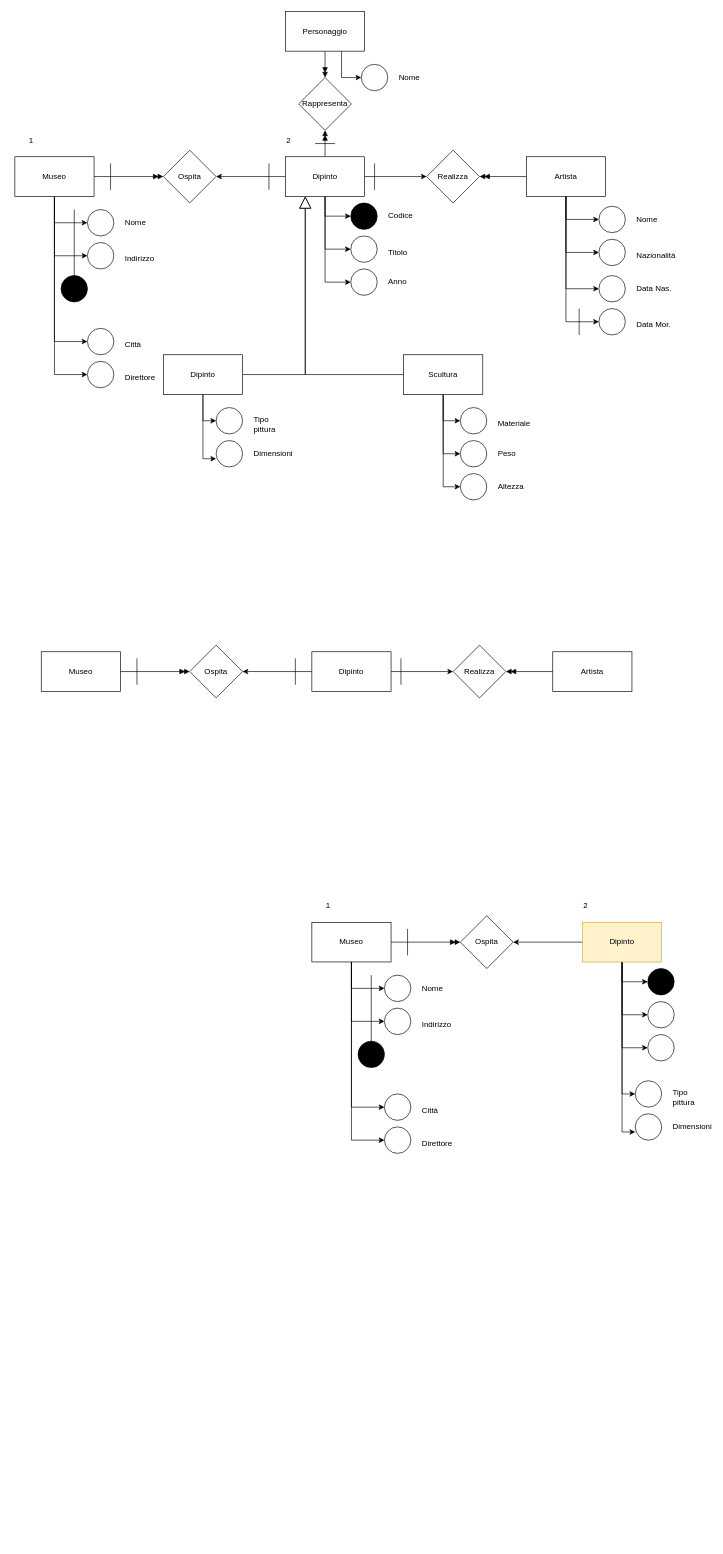
johnnypax/its_35_mysql keeps this draw.io diagram as page "Pagina-2" (2 of 3) of DiagrammaER_1.drawio. Above is the earlier version. Source tidied: cells renumbered, new cells numbered last; positions are measured from the earlier drawing's top-left corner, leaving out a move shared by most shapes. Both pictures are drawn from the tidied source at 66%, with x=0, y=0 at pixel (11, 11).
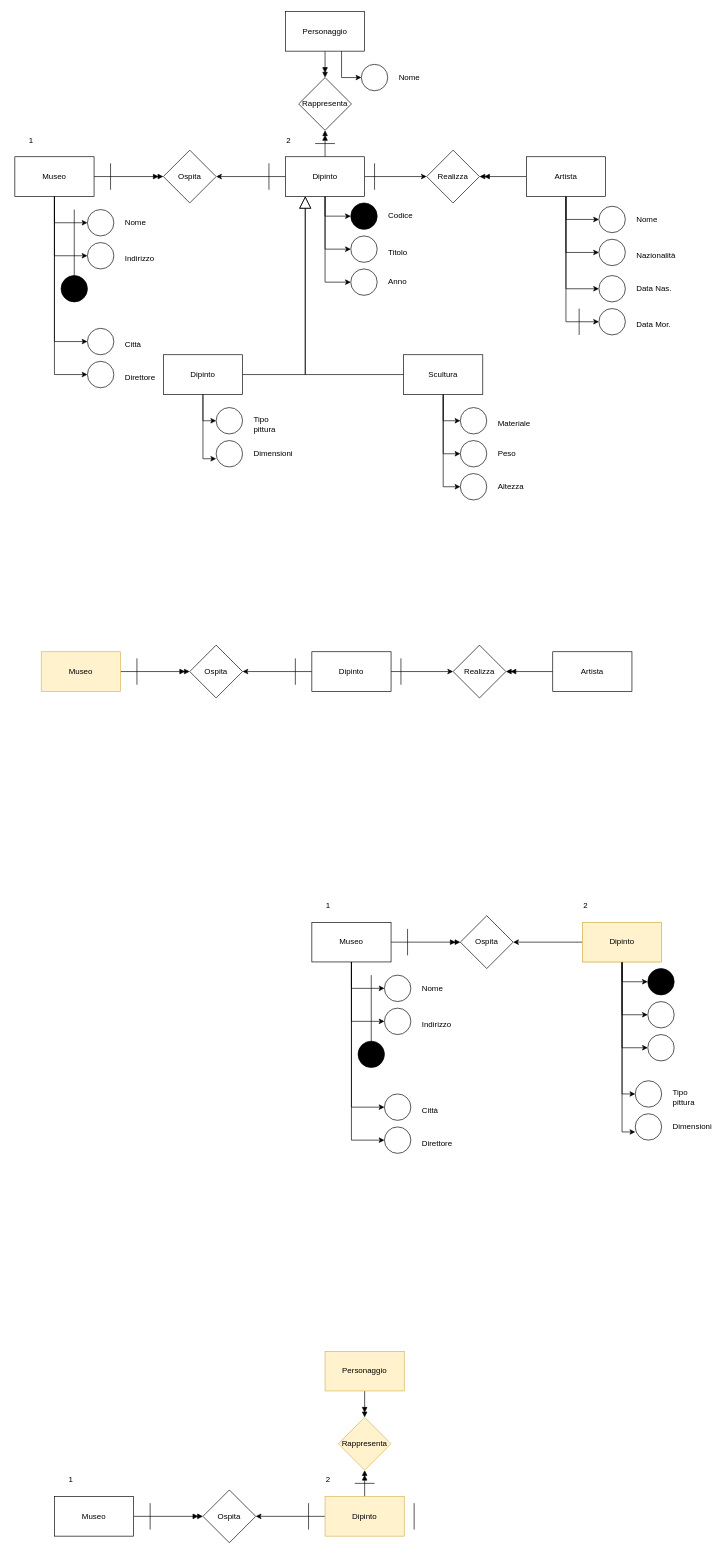
The same diagram, later.

Commit message (it also covers changes not shown here):
Aggiunto task

The edit, as a diff of the source:
```diff
@@
-    <mxCell id="117" value="Museo" style="rounded=0;whiteSpace=wrap;html=1;" parent="1" vertex="1">
+    <mxCell id="117" value="Museo" style="rounded=0;whiteSpace=wrap;html=1;fillColor=#fff2cc;strokeColor=#d6b656;" parent="1" vertex="1">
       <mxGeometry x="45" y="970" width="120" height="60" as="geometry" />
     </mxCell>
@@
+    <mxCell id="128" style="edgeStyle=orthogonalEdgeStyle;rounded=0;jettySize=auto;html=1;entryX=0;entryY=0.5;entryDx=0;entryDy=0;endArrow=doubleBlock;endFill=1;" parent="1" edge="1" source="129" target="134">
+      <mxGeometry relative="1" as="geometry" />
+    </mxCell>
+    <mxCell id="129" value="Museo" style="rounded=0;whiteSpace=wrap;html=1;" parent="1" vertex="1">
+      <mxGeometry x="65" y="2250" width="120" height="60" as="geometry" />
+    </mxCell>
+    <mxCell id="130" style="edgeStyle=orthogonalEdgeStyle;rounded=0;jettySize=auto;html=1;entryX=1;entryY=0.5;entryDx=0;entryDy=0;" parent="1" edge="1" source="132" target="134">
+      <mxGeometry relative="1" as="geometry" />
+    </mxCell>
+    <mxCell id="131" style="edgeStyle=orthogonalEdgeStyle;rounded=0;jettySize=auto;html=1;entryX=0.5;entryY=1;entryDx=0;entryDy=0;endArrow=doubleBlock;endFill=1;" parent="1" edge="1" source="132" target="138">
+      <mxGeometry relative="1" as="geometry" />
+    </mxCell>
+    <mxCell id="132" value="Dipinto" style="rounded=0;whiteSpace=wrap;html=1;fillColor=#fff2cc;strokeColor=#d6b656;" parent="1" vertex="1">
+      <mxGeometry x="475" y="2250" width="120" height="60" as="geometry" />
+    </mxCell>
+    <mxCell id="133" style="endArrow=none;html=1;rounded=0;" parent="1" edge="1">
+      <mxGeometry relative="1" as="geometry">
+        <mxPoint x="610" y="2300" as="sourcePoint" />
+        <mxPoint x="610" y="2260" as="targetPoint" />
+      </mxGeometry>
+    </mxCell>
+    <mxCell id="134" value="Ospita" style="rhombus;whiteSpace=wrap;html=1;" parent="1" vertex="1">
+      <mxGeometry x="290" y="2240" width="80" height="80" as="geometry" />
+    </mxCell>
+    <mxCell id="135" style="endArrow=none;html=1;rounded=0;" parent="1" edge="1">
+      <mxGeometry relative="1" as="geometry">
+        <mxPoint x="210" y="2300" as="sourcePoint" />
+        <mxPoint x="210" y="2260" as="targetPoint" />
+      </mxGeometry>
+    </mxCell>
+    <mxCell id="136" style="edgeStyle=orthogonalEdgeStyle;rounded=0;jettySize=auto;html=1;entryX=0.5;entryY=0;entryDx=0;entryDy=0;endArrow=doubleBlock;endFill=1;" parent="1" edge="1" source="137" target="138">
+      <mxGeometry relative="1" as="geometry" />
+    </mxCell>
+    <mxCell id="137" value="Personaggio" style="rounded=0;whiteSpace=wrap;html=1;fillColor=#fff2cc;strokeColor=#d6b656;" parent="1" vertex="1">
+      <mxGeometry x="475" y="2030" width="120" height="60" as="geometry" />
+    </mxCell>
+    <mxCell id="138" value="Rappresenta" style="rhombus;whiteSpace=wrap;html=1;fillColor=#fff2cc;strokeColor=#d6b656;" parent="1" vertex="1">
+      <mxGeometry x="495" y="2130" width="80" height="80" as="geometry" />
+    </mxCell>
+    <mxCell id="139" style="endArrow=none;html=1;rounded=0;" parent="1" edge="1">
+      <mxGeometry relative="1" as="geometry">
+        <mxPoint x="520" y="2230" as="sourcePoint" />
+        <mxPoint x="550" y="2230" as="targetPoint" />
+      </mxGeometry>
+    </mxCell>
+    <mxCell id="140" value="1" style="text;html=1;whiteSpace=wrap;align=center;verticalAlign=middle;rounded=0;" parent="1" vertex="1">
+      <mxGeometry x="60" y="2210" width="60" height="30" as="geometry" />
+    </mxCell>
+    <mxCell id="141" value="2" style="text;html=1;whiteSpace=wrap;strokeColor=none;fillColor=none;align=center;verticalAlign=middle;rounded=0;" parent="1" vertex="1">
+      <mxGeometry x="450" y="2210" width="60" height="30" as="geometry" />
+    </mxCell>
+    <mxCell id="142" style="endArrow=none;html=1;rounded=0;" parent="1" edge="1">
+      <mxGeometry relative="1" as="geometry">
+        <mxPoint x="450" y="2300" as="sourcePoint" />
+        <mxPoint x="450" y="2260" as="targetPoint" />
+      </mxGeometry>
+    </mxCell>
```
